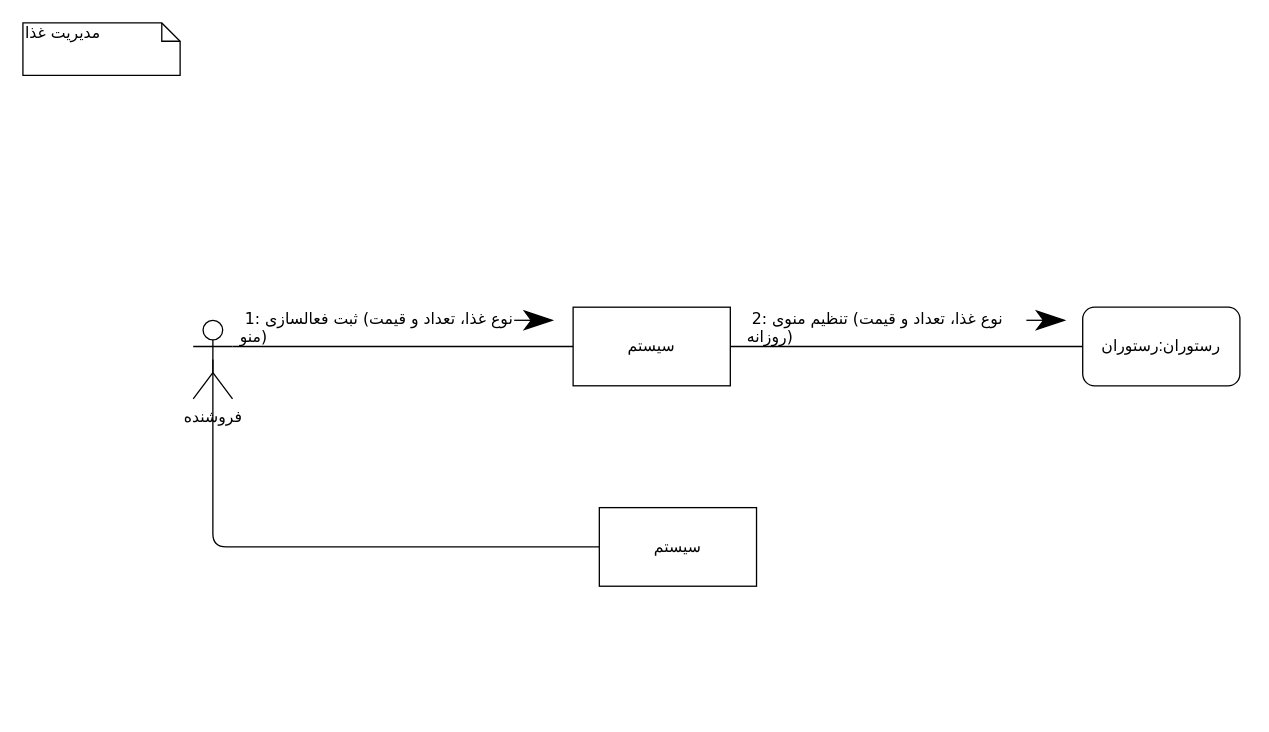
Before: snowa.drawio in khoramian/AI-Challenge, a draw.io diagram. Source tidied: cells renumbered, new cells numbered last; positions are measured from the earlier drawing's top-left corner, leaving out a move shared by most shapes. Both pictures are drawn from the tidied source at 131%, with x=0, y=0 at pixel (22, 22).
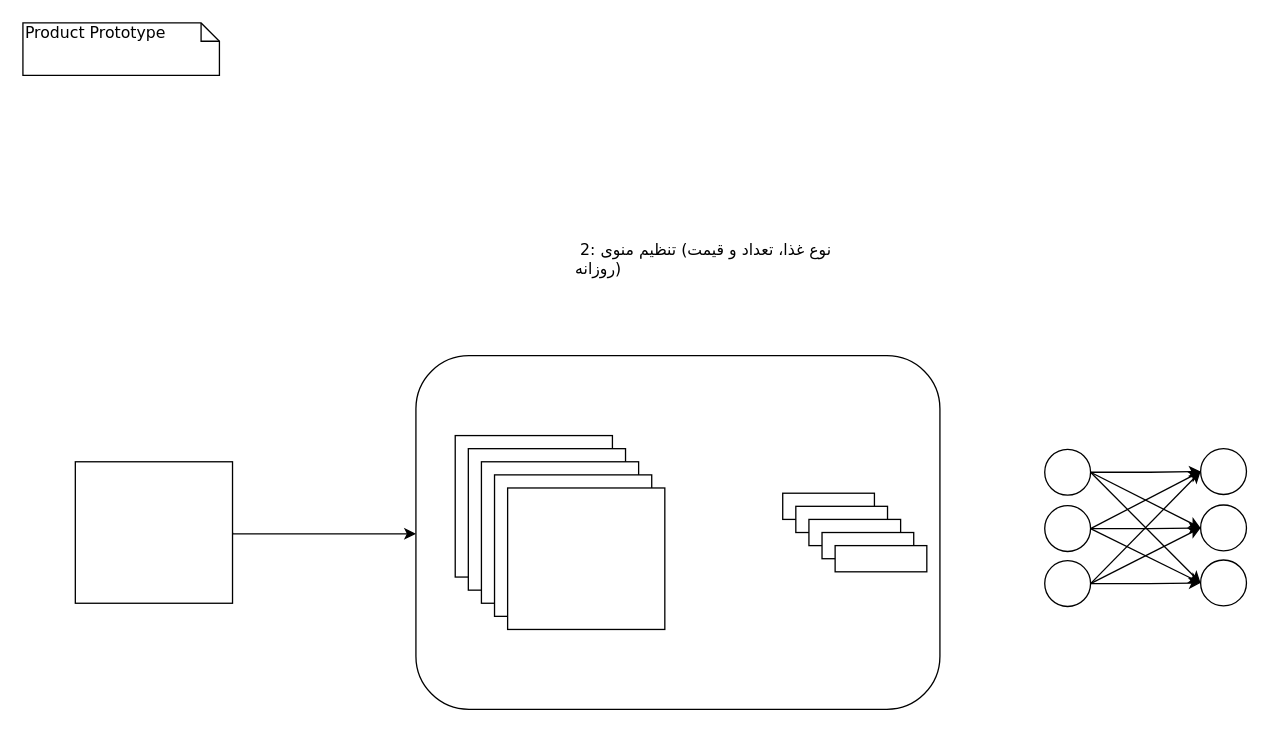
The same page after the edit.

The edit, as a diff of the source:
```diff
@@
     <mxCell id="2" value="&lt;span style=&quot;font-family: &amp;#34;verdana&amp;#34; ; text-align: center&quot;&gt;&amp;nbsp;2: نوع غذا، تعداد و قیمت)&amp;nbsp;&lt;/span&gt;&lt;span style=&quot;font-family: &amp;#34;verdana&amp;#34; ; text-align: center&quot;&gt;تنظیم منوی روزانه)&lt;/span&gt;" style="text;whiteSpace=wrap;html=1;" parent="1" vertex="1">
-      <mxGeometry x="551" y="212" width="216" height="30" as="geometry" />
+      <mxGeometry x="420" y="160" width="216" height="30" as="geometry" />
     </mxCell>
-    <mxCell id="3" value="مدیریت غذا" style="shape=note;whiteSpace=wrap;html=1;size=14;verticalAlign=top;align=left;spacingTop=-6;rounded=0;shadow=0;comic=0;labelBackgroundColor=none;strokeWidth=1;fontFamily=Verdana;fontSize=12;" parent="1" vertex="1">
-      <mxGeometry width="120" height="40" as="geometry" />
+    <mxCell id="3" value="Product Prototype" style="shape=note;whiteSpace=wrap;html=1;size=14;verticalAlign=top;align=left;spacingTop=-6;rounded=0;shadow=0;comic=0;labelBackgroundColor=none;strokeWidth=1;fontFamily=Verdana;fontSize=12;" parent="1" vertex="1">
+      <mxGeometry width="150" height="40" as="geometry" />
     </mxCell>
-    <mxCell id="4" value="فروشنده" style="shape=umlActor;verticalLabelPosition=bottom;verticalAlign=top;html=1;outlineConnect=0;" parent="1" vertex="1">
-      <mxGeometry x="130" y="227" width="30" height="60" as="geometry" />
-    </mxCell>
+    <mxCell id="14" style="edgeStyle=orthogonalEdgeStyle;rounded=0;jettySize=auto;html=1;exitX=1;exitY=0.5;exitDx=0;exitDy=0;" parent="1" edge="1" source="5">
+      <mxGeometry relative="1" as="geometry">
+        <mxPoint x="300" y="390" as="targetPoint" />
+        <Array as="points">
+          <mxPoint x="170" y="390" />
+          <mxPoint x="431" y="390" />
+        </Array>
+      </mxGeometry>
+    </mxCell>
-    <mxCell id="5" value="سیستم" style="rounded=0;whiteSpace=wrap;html=1;" parent="1" vertex="1">
-      <mxGeometry x="420" y="217" width="120" height="60" as="geometry" />
+    <mxCell id="5" style="rounded=0;whiteSpace=wrap;html=1;" parent="1" vertex="1">
+      <mxGeometry x="40" y="335" width="120" height="108" as="geometry" />
     </mxCell>
-    <mxCell id="6" value="رستوران:رستوران" style="rounded=1;whiteSpace=wrap;html=1;" parent="1" vertex="1">
-      <mxGeometry x="809" y="217" width="120" height="60" as="geometry" />
+    <mxCell id="6" style="rounded=1;whiteSpace=wrap;html=1;fillColor=none;" parent="1" vertex="1">
+      <mxGeometry x="300" y="254" width="400" height="270" as="geometry" />
     </mxCell>
-    <mxCell id="7" style="endArrow=none;html=1;exitX=1;exitY=0.5;exitDx=0;exitDy=0;entryX=0;entryY=0.5;entryDx=0;entryDy=0;" parent="1" edge="1" source="5" target="6">
-      <mxGeometry relative="1" as="geometry" />
-    </mxCell>
-    <mxCell id="8" style="endArrow=classicThin;html=1;strokeWidth=1;endSize=20;entryX=0;entryY=0.5;entryDx=0;entryDy=0;" parent="1" edge="1">
-      <mxGeometry relative="1" as="geometry">
-        <mxPoint x="766" y="227" as="sourcePoint" />
-        <mxPoint x="796" y="227" as="targetPoint" />
-      </mxGeometry>
-    </mxCell>
-    <mxCell id="9" style="endArrow=classicThin;html=1;strokeWidth=1;endSize=20;entryX=0;entryY=0.5;entryDx=0;entryDy=0;" parent="1" edge="1">
-      <mxGeometry relative="1" as="geometry">
-        <mxPoint x="375" y="227" as="sourcePoint" />
-        <mxPoint x="405" y="227" as="targetPoint" />
-      </mxGeometry>
-    </mxCell>
-    <mxCell id="10" value="&lt;span style=&quot;font-family: &amp;#34;verdana&amp;#34; ; text-align: center&quot;&gt;&amp;nbsp;1: نوع غذا، تعداد و قیمت)&amp;nbsp;&lt;/span&gt;&lt;span style=&quot;font-family: &amp;#34;verdana&amp;#34; ; text-align: center&quot;&gt;ثبت فعالسازی منو)&lt;/span&gt;" style="text;whiteSpace=wrap;html=1;" parent="1" vertex="1">
-      <mxGeometry x="164" y="212" width="216" height="30" as="geometry" />
-    </mxCell>
-    <mxCell id="11" style="endArrow=none;html=1;exitX=1;exitY=0.3333333333333333;exitDx=0;exitDy=0;entryX=0;entryY=0.5;entryDx=0;entryDy=0;exitPerimeter=0;" parent="1" edge="1" source="4" target="5">
-      <mxGeometry relative="1" as="geometry" />
-    </mxCell>
-    <mxCell id="12" style="endArrow=none;html=1;exitX=0.5;exitY=0.5;exitDx=0;exitDy=0;exitPerimeter=0;" parent="1" edge="1" source="4">
-      <mxGeometry relative="1" as="geometry">
-        <mxPoint x="440" y="400" as="targetPoint" />
-        <Array as="points">
-          <mxPoint x="145" y="400" />
-        </Array>
-      </mxGeometry>
-    </mxCell>
-    <mxCell id="13" value="سیستم" style="rounded=0;whiteSpace=wrap;html=1;" parent="1" vertex="1">
-      <mxGeometry x="440" y="370" width="120" height="60" as="geometry" />
+    <mxCell id="13" style="rounded=0;whiteSpace=wrap;html=1;" parent="1" vertex="1">
+      <mxGeometry x="580" y="359" width="70" height="20" as="geometry" />
     </mxCell>
+    <mxCell id="15" style="rounded=0;whiteSpace=wrap;html=1;" parent="1" vertex="1">
+      <mxGeometry x="330" y="315" width="120" height="108" as="geometry" />
+    </mxCell>
+    <mxCell id="16" style="rounded=0;whiteSpace=wrap;html=1;" parent="1" vertex="1">
+      <mxGeometry x="340" y="325" width="120" height="108" as="geometry" />
+    </mxCell>
+    <mxCell id="17" style="rounded=0;whiteSpace=wrap;html=1;" parent="1" vertex="1">
+      <mxGeometry x="350" y="335" width="120" height="108" as="geometry" />
+    </mxCell>
+    <mxCell id="18" style="rounded=0;whiteSpace=wrap;html=1;" parent="1" vertex="1">
+      <mxGeometry x="360" y="345" width="120" height="108" as="geometry" />
+    </mxCell>
+    <mxCell id="19" style="rounded=0;whiteSpace=wrap;html=1;" parent="1" vertex="1">
+      <mxGeometry x="370" y="355" width="120" height="108" as="geometry" />
+    </mxCell>
+    <mxCell id="20" style="rounded=0;whiteSpace=wrap;html=1;" parent="1" vertex="1">
+      <mxGeometry x="590" y="369" width="70" height="20" as="geometry" />
+    </mxCell>
+    <mxCell id="21" style="rounded=0;whiteSpace=wrap;html=1;" parent="1" vertex="1">
+      <mxGeometry x="600" y="379" width="70" height="20" as="geometry" />
+    </mxCell>
+    <mxCell id="22" style="rounded=0;whiteSpace=wrap;html=1;" parent="1" vertex="1">
+      <mxGeometry x="610" y="389" width="70" height="20" as="geometry" />
+    </mxCell>
+    <mxCell id="23" style="rounded=0;whiteSpace=wrap;html=1;" parent="1" vertex="1">
+      <mxGeometry x="620" y="399" width="70" height="20" as="geometry" />
+    </mxCell>
+    <mxCell id="24" style="ellipse;whiteSpace=wrap;html=1;" parent="1" vertex="1">
+      <mxGeometry x="780" y="325.5" width="35" height="35" as="geometry" />
+    </mxCell>
+    <mxCell id="25" style="ellipse;whiteSpace=wrap;html=1;" parent="1" vertex="1">
+      <mxGeometry x="780" y="410.5" width="35" height="35" as="geometry" />
+    </mxCell>
+    <mxCell id="26" style="ellipse;whiteSpace=wrap;html=1;" parent="1" vertex="1">
+      <mxGeometry x="780" y="368.5" width="35" height="35" as="geometry" />
+    </mxCell>
+    <mxCell id="27" style="ellipse;whiteSpace=wrap;html=1;" parent="1" vertex="1">
+      <mxGeometry x="899" y="325" width="35" height="35" as="geometry" />
+    </mxCell>
+    <mxCell id="28" style="ellipse;whiteSpace=wrap;html=1;" parent="1" vertex="1">
+      <mxGeometry x="899" y="410" width="35" height="35" as="geometry" />
+    </mxCell>
+    <mxCell id="29" style="ellipse;whiteSpace=wrap;html=1;" parent="1" vertex="1">
+      <mxGeometry x="899" y="368" width="35" height="35" as="geometry" />
+    </mxCell>
+    <mxCell id="30" style="edgeStyle=orthogonalEdgeStyle;rounded=0;jettySize=auto;html=1;exitX=1;exitY=0.5;exitDx=0;exitDy=0;entryX=0;entryY=0.5;entryDx=0;entryDy=0;" parent="1" edge="1" source="24" target="27">
+      <mxGeometry relative="1" as="geometry">
+        <Array as="points">
+          <mxPoint x="860" y="343" />
+          <mxPoint x="860" y="343" />
+        </Array>
+      </mxGeometry>
+    </mxCell>
+    <mxCell id="31" style="edgeStyle=orthogonalEdgeStyle;rounded=0;jettySize=auto;html=1;exitX=1;exitY=0.5;exitDx=0;exitDy=0;entryX=0;entryY=0.5;entryDx=0;entryDy=0;" parent="1" edge="1" source="26" target="29">
+      <mxGeometry relative="1" as="geometry">
+        <Array as="points">
+          <mxPoint x="860" y="386" />
+          <mxPoint x="860" y="386" />
+        </Array>
+      </mxGeometry>
+    </mxCell>
+    <mxCell id="32" style="edgeStyle=orthogonalEdgeStyle;rounded=0;jettySize=auto;html=1;exitX=1;exitY=0.5;exitDx=0;exitDy=0;entryX=0;entryY=0.5;entryDx=0;entryDy=0;" parent="1" edge="1" source="25" target="28">
+      <mxGeometry relative="1" as="geometry">
+        <Array as="points">
+          <mxPoint x="860" y="428" />
+          <mxPoint x="860" y="428" />
+        </Array>
+      </mxGeometry>
+    </mxCell>
+    <mxCell id="33" style="endArrow=classic;html=1;rounded=0;entryX=0;entryY=0.5;entryDx=0;entryDy=0;exitX=1;exitY=0.5;exitDx=0;exitDy=0;" parent="1" edge="1" source="26" target="27">
+      <mxGeometry relative="1" as="geometry" />
+    </mxCell>
+    <mxCell id="34" style="endArrow=classic;html=1;rounded=0;exitX=1;exitY=0.5;exitDx=0;exitDy=0;entryX=0;entryY=0.5;entryDx=0;entryDy=0;" parent="1" edge="1" source="25" target="29">
+      <mxGeometry relative="1" as="geometry" />
+    </mxCell>
+    <mxCell id="35" style="endArrow=classic;html=1;rounded=0;entryX=0;entryY=0.5;entryDx=0;entryDy=0;exitX=1;exitY=0.5;exitDx=0;exitDy=0;" parent="1" edge="1" source="24" target="29">
+      <mxGeometry relative="1" as="geometry" />
+    </mxCell>
+    <mxCell id="36" style="endArrow=classic;html=1;rounded=0;entryX=0;entryY=0.5;entryDx=0;entryDy=0;exitX=1;exitY=0.5;exitDx=0;exitDy=0;" parent="1" edge="1" source="26" target="28">
+      <mxGeometry relative="1" as="geometry" />
+    </mxCell>
+    <mxCell id="37" style="endArrow=classic;html=1;rounded=0;entryX=0;entryY=0.5;entryDx=0;entryDy=0;exitX=1;exitY=0.5;exitDx=0;exitDy=0;" parent="1" edge="1" source="24" target="28">
+      <mxGeometry relative="1" as="geometry" />
+    </mxCell>
+    <mxCell id="38" style="endArrow=classic;html=1;rounded=0;exitX=1;exitY=0.5;exitDx=0;exitDy=0;entryX=0;entryY=0.5;entryDx=0;entryDy=0;" parent="1" edge="1" source="25" target="27">
+      <mxGeometry relative="1" as="geometry" />
+    </mxCell>
```
